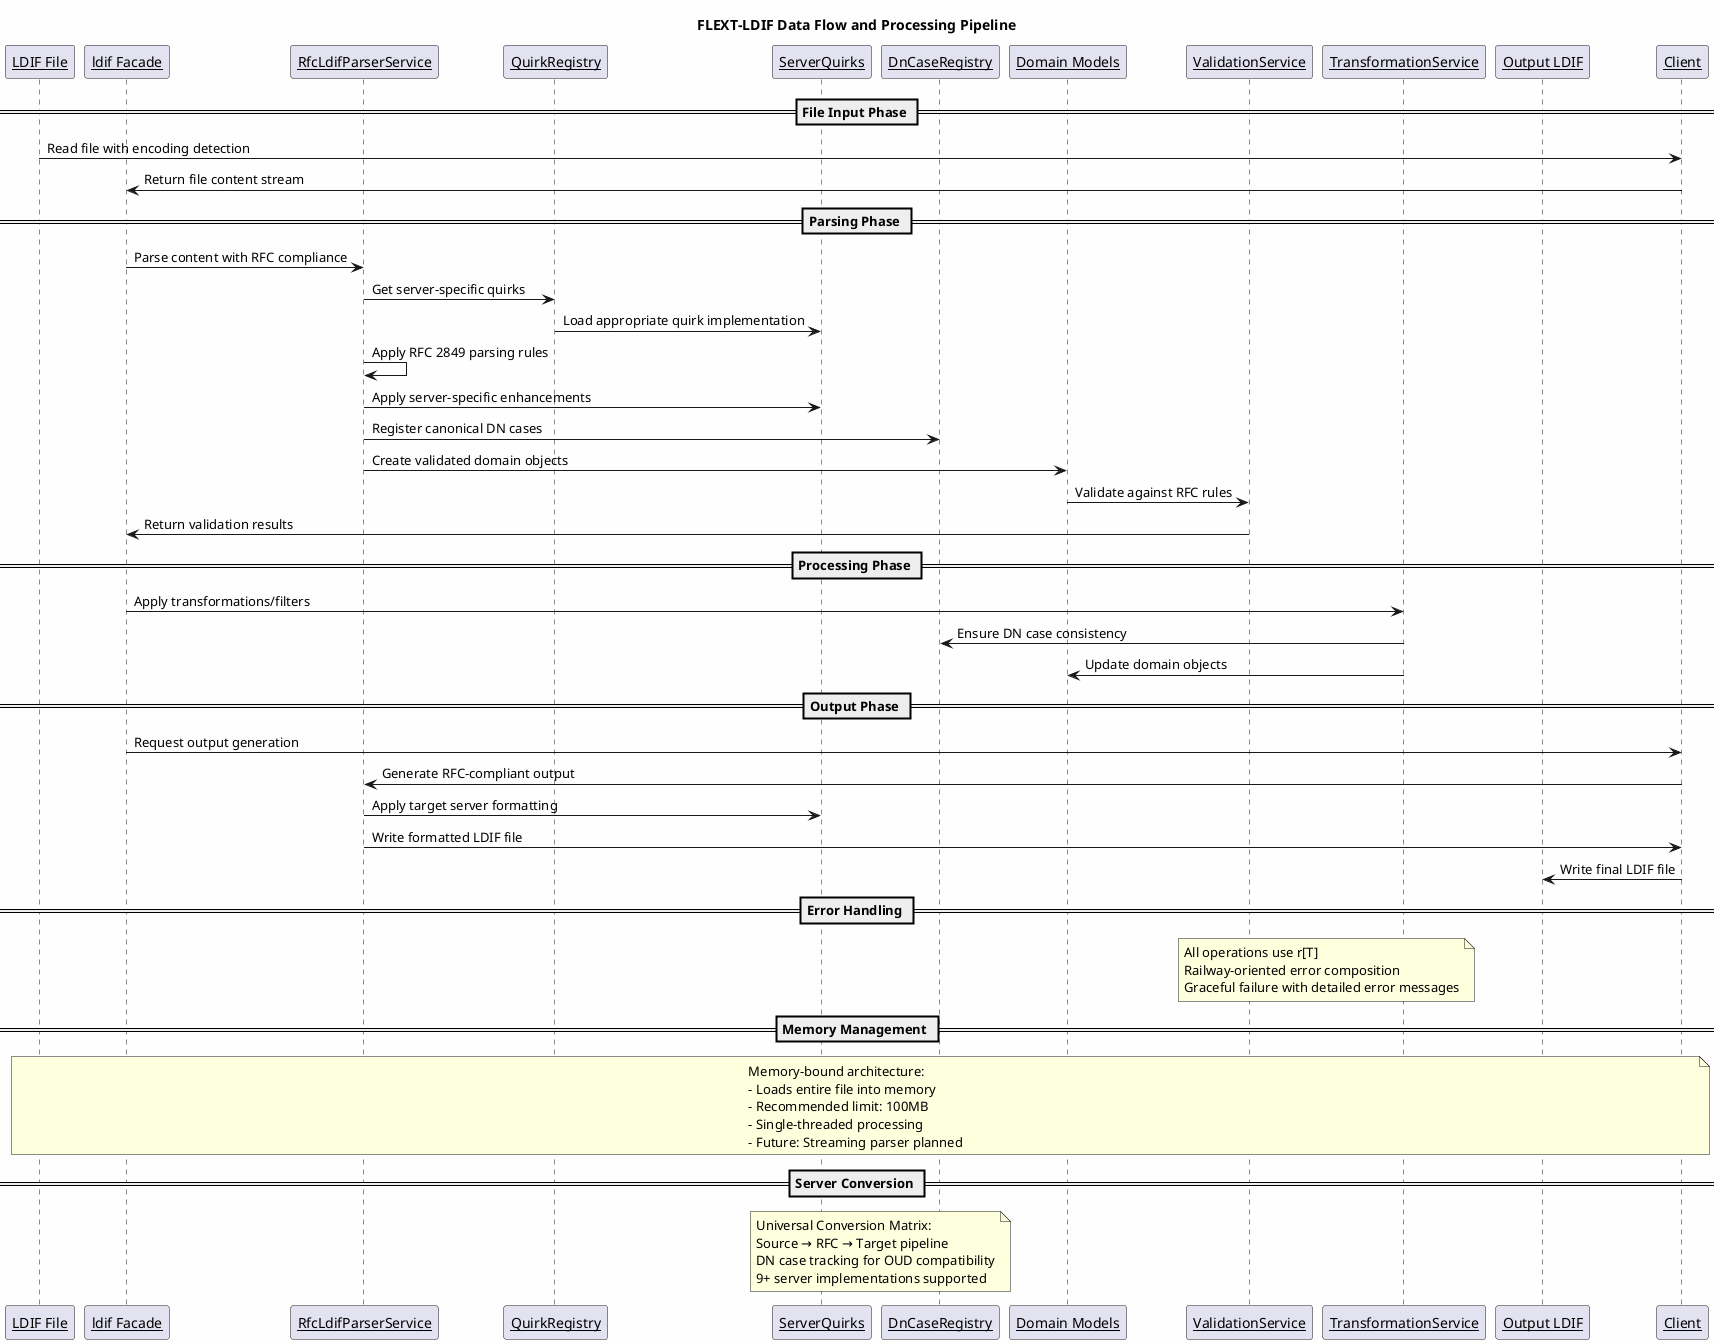
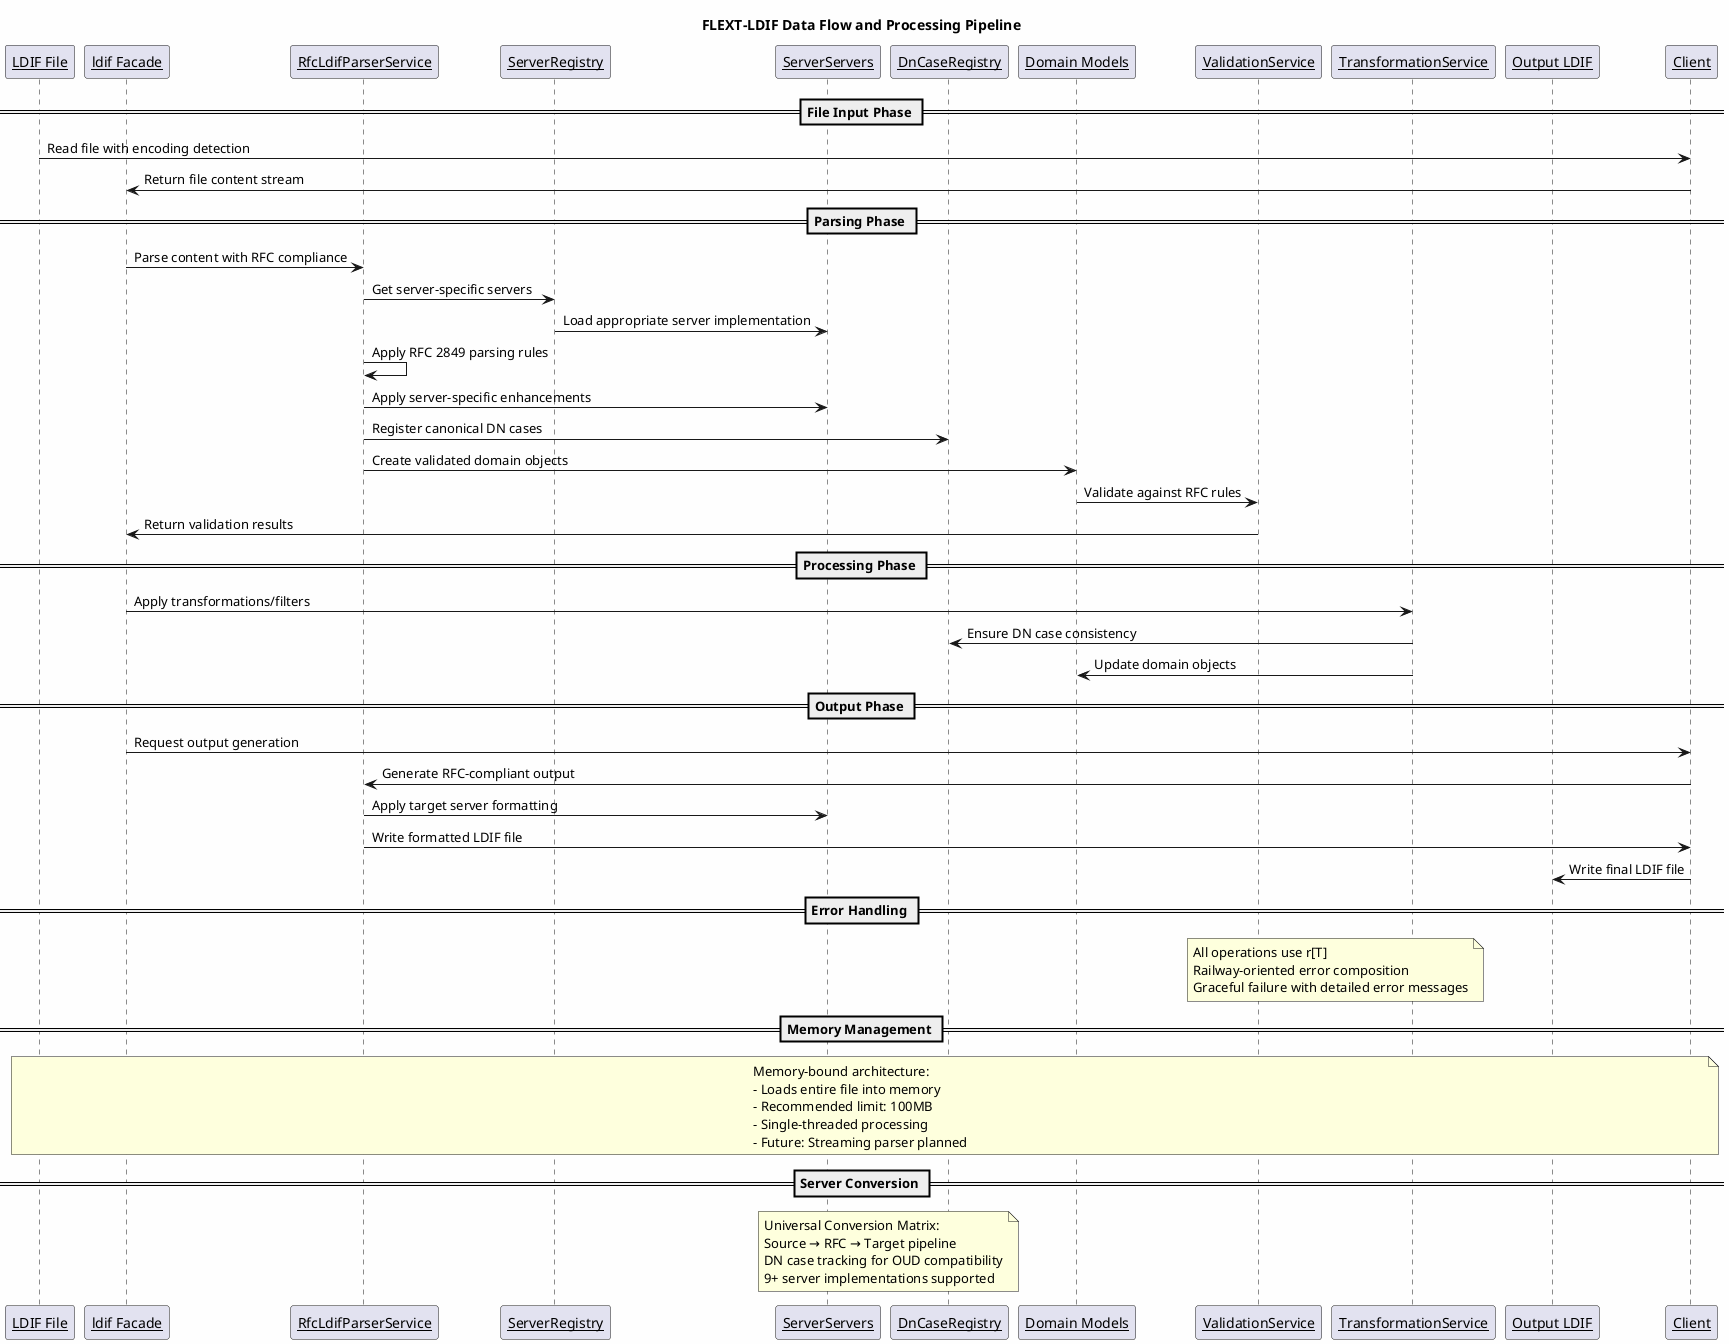
@startuml FLEXT-LDIF Data Flow Architecture

title FLEXT-LDIF Data Flow and Processing Pipeline

skinparam backgroundColor #FEFEFE
skinparam sequenceParticipant underline

participant "LDIF File" as File
participant "ldif Facade" as Facade
participant "RfcLdifParserService" as Parser
- participant "QuirkRegistry" as Registry
- participant "ServerQuirks" as Quirks
+ participant "ServerRegistry" as Registry
+ participant "ServerServers" as Servers
participant "DnCaseRegistry" as DnRegistry
participant "Domain Models" as Models
participant "ValidationService" as Validator
participant "TransformationService" as Transformer
participant "Output LDIF" as Output

== File Input Phase ==
File -> Client: Read file with encoding detection
Client -> Facade: Return file content stream

== Parsing Phase ==
Facade -> Parser: Parse content with RFC compliance
- Parser -> Registry: Get server-specific quirks
- Registry -> Quirks: Load appropriate quirk implementation
+ Parser -> Registry: Get server-specific servers
+ Registry -> Servers: Load appropriate server implementation

Parser -> Parser: Apply RFC 2849 parsing rules
- Parser -> Quirks: Apply server-specific enhancements
+ Parser -> Servers: Apply server-specific enhancements
Parser -> DnRegistry: Register canonical DN cases

Parser -> Models: Create validated domain objects
Models -> Validator: Validate against RFC rules
Validator -> Facade: Return validation results

== Processing Phase ==
Facade -> Transformer: Apply transformations/filters
Transformer -> DnRegistry: Ensure DN case consistency
Transformer -> Models: Update domain objects

== Output Phase ==
Facade -> Client: Request output generation
Client -> Parser: Generate RFC-compliant output
- Parser -> Quirks: Apply target server formatting
+ Parser -> Servers: Apply target server formatting
Parser -> Client: Write formatted LDIF file

Client -> Output: Write final LDIF file

== Error Handling ==
note over Validator, Transformer
    All operations use r[T]
    Railway-oriented error composition
    Graceful failure with detailed error messages
end note

== Memory Management ==
note over File, Client
    Memory-bound architecture:
    - Loads entire file into memory
    - Recommended limit: 100MB
    - Single-threaded processing
    - Future: Streaming parser planned
end note

== Server Conversion ==
- note over Quirks, DnRegistry
+ note over Servers, DnRegistry
    Universal Conversion Matrix:
    Source → RFC → Target pipeline
    DN case tracking for OUD compatibility
    9+ server implementations supported
end note

@enduml
